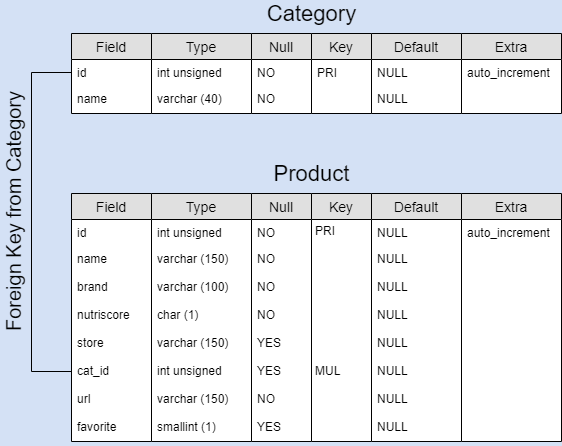
Above: physic_data_model.png in Tony380/Projet5 (draw.io), before the change. Source tidied: cells renumbered, new cells last; positions are measured from the earlier drawing's top-left corner, leaving out a move shared by most shapes.
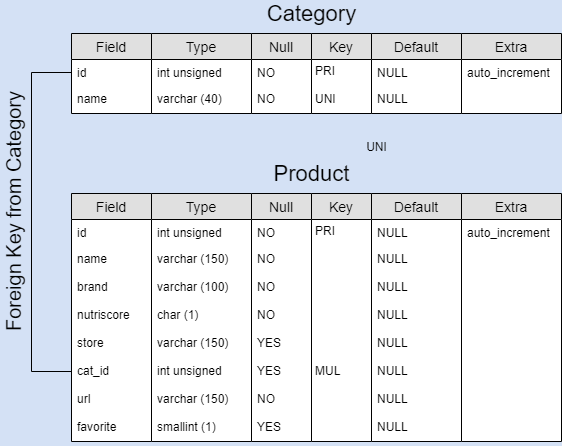
After the commit.

Change to the diagram source:
```diff
@@ -19,7 +19,7 @@
     <mxCell id="5" value="Key" style="swimlane;fontStyle=0;horizontal=1;startSize=26;fillColor=#e0e0e0;swimlaneFillColor=#ffffff;align=center;fontSize=14;" parent="1" vertex="1">
       <mxGeometry x="424" y="30" width="60" height="80" as="geometry" />
     </mxCell>
-    <mxCell id="6" value="PRI" style="text;strokeColor=none;fillColor=none;spacingLeft=4;spacingRight=4;overflow=hidden;fontSize=12;" parent="5" vertex="1">
+    <mxCell id="6" value="PRI&#10;&#10;UNI" style="text;strokeColor=none;fillColor=none;spacingLeft=4;spacingRight=4;overflow=hidden;fontSize=12;spacing=0;" parent="5" vertex="1">
       <mxGeometry y="26" width="60" height="54" as="geometry" />
     </mxCell>
     <mxCell id="7" value="Null" style="swimlane;fontStyle=0;horizontal=1;startSize=26;fillColor=#e0e0e0;swimlaneFillColor=#ffffff;align=center;fontSize=14;" parent="1" vertex="1">
@@ -187,5 +187,8 @@
     <mxCell id="61" value="&lt;font style=&quot;font-size: 20px&quot;&gt;Foreign Key from Category&lt;/font&gt;" style="text;html=1;align=center;verticalAlign=middle;direction=south;rotation=270;" parent="1" vertex="1">
       <mxGeometry y="198" width="250" height="21" as="geometry" />
     </mxCell>
+    <mxCell id="62" value="UNI" style="text;html=1;align=center;verticalAlign=middle;" parent="1" vertex="1">
+      <mxGeometry x="473" y="134" width="31" height="18" as="geometry" />
+    </mxCell>
   </root>
 </mxGraphModel>
```
